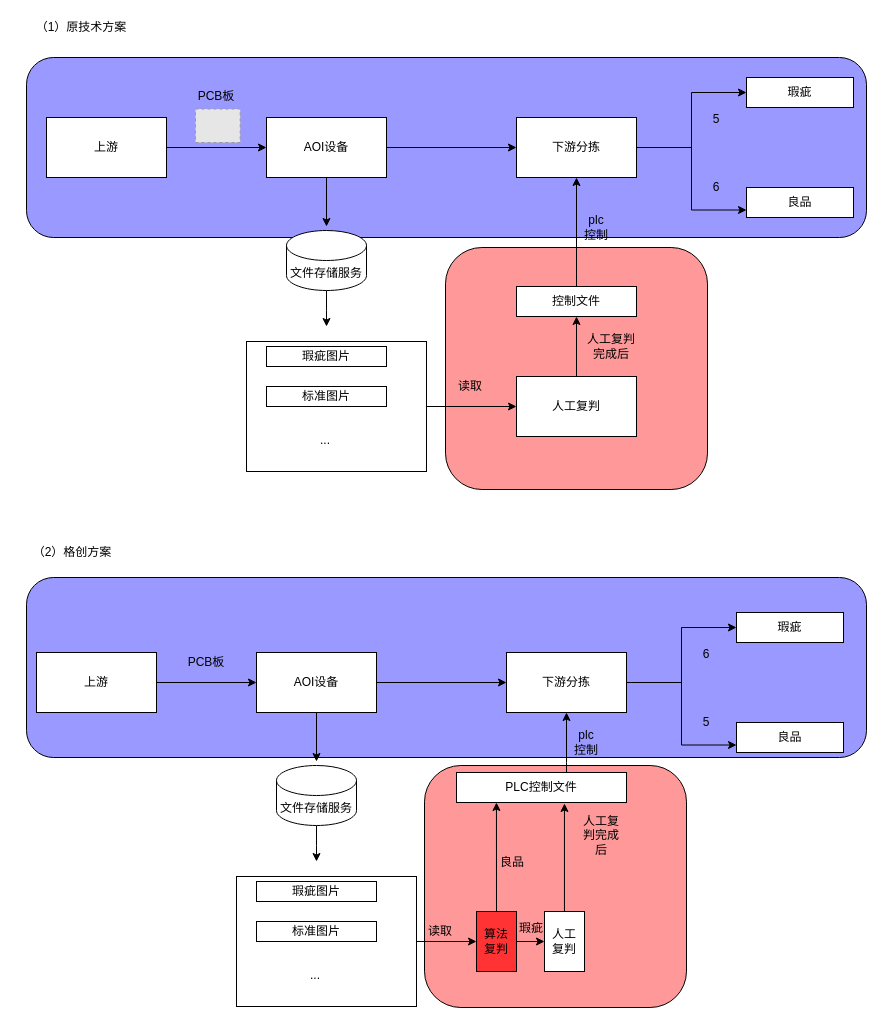
Earlier version of the draw.io diagram page "gree-pregress" (7 of 7) of Untitled Diagram.drawio (zfengli89/aas). Source tidied: cells renumbered, new cells numbered last; positions are measured from the earlier drawing's top-left corner, leaving out a move shared by most shapes. Both pictures are drawn from the tidied source at 100%, with x=0, y=0 at pixel (17, 17). Pictures stored in the file or linked from it are replaced by grey dashed boxes.
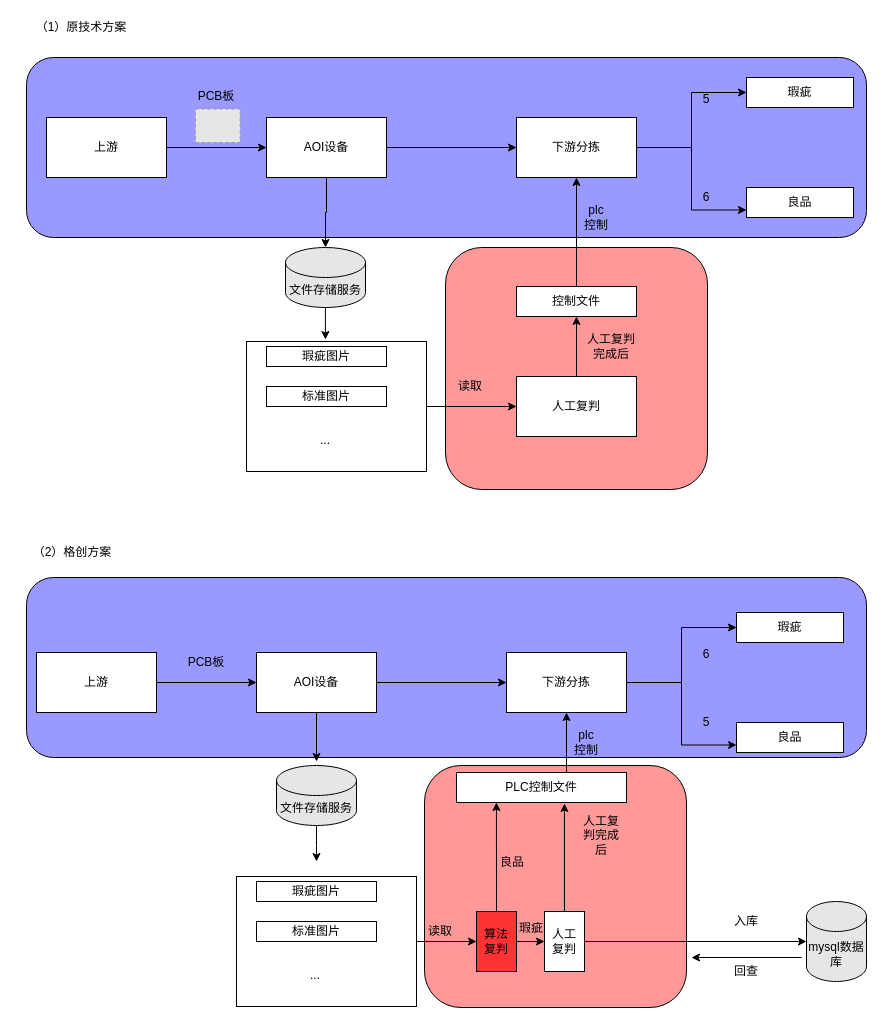
The same diagram, later.

Unchanged cells that the change refers to:
```xml
<mxCell id="10" value="AOI设备" style="rounded=0;whiteSpace=wrap;html=1;" parent="1" vertex="1">
  <mxGeometry x="249" y="100" width="120" height="60" as="geometry" />
</mxCell>
<mxCell id="49" value="人工&lt;br&gt;复判" style="rounded=0;whiteSpace=wrap;html=1;" parent="1" vertex="1">
  <mxGeometry x="527" y="894" width="40" height="60" as="geometry" />
</mxCell>
```

Change to the diagram source:
```diff
@@
-    <mxCell id="9" style="edgeStyle=orthogonalEdgeStyle;rounded=0;jettySize=auto;html=1;" parent="1" edge="1" source="10">
-      <mxGeometry relative="1" as="geometry">
-        <mxPoint x="309" y="209" as="targetPoint" />
-      </mxGeometry>
+    <mxCell id="9" style="edgeStyle=orthogonalEdgeStyle;rounded=0;jettySize=auto;html=1;entryX=0.5;entryY=0;entryDx=0;entryDy=0;entryPerimeter=0;" parent="1" edge="1" source="10" target="19">
+      <mxGeometry relative="1" as="geometry" />
     </mxCell>
@@
-    <mxCell id="18" style="edgeStyle=orthogonalEdgeStyle;rounded=0;jettySize=auto;html=1;" parent="1" edge="1" source="19">
-      <mxGeometry relative="1" as="geometry">
-        <mxPoint x="309" y="309" as="targetPoint" />
-      </mxGeometry>
-    </mxCell>
+    <mxCell id="68" style="edgeStyle=orthogonalEdgeStyle;rounded=0;orthogonalLoop=1;jettySize=auto;html=1;entryX=0.433;entryY=-0.015;entryDx=0;entryDy=0;entryPerimeter=0;" parent="1" edge="1">
+      <mxGeometry relative="1" as="geometry">
+        <mxPoint x="309" y="290" as="sourcePoint" />
+        <mxPoint x="307.9" y="322" as="targetPoint" />
+      </mxGeometry>
+    </mxCell>
-    <mxCell id="19" value="文件存储服务" style="shape=cylinder3;whiteSpace=wrap;html=1;boundedLbl=1;backgroundOutline=1;size=15;" parent="1" vertex="1">
-      <mxGeometry x="269" y="213" width="80" height="60" as="geometry" />
+    <mxCell id="19" value="文件存储服务" style="shape=cylinder3;whiteSpace=wrap;html=1;boundedLbl=1;backgroundOutline=1;size=15;fillColor=#E6E6E6;" parent="1" vertex="1">
+      <mxGeometry x="268" y="230" width="80" height="60" as="geometry" />
     </mxCell>
@@
     <mxCell id="31" value="5" style="text;html=1;strokeColor=none;fillColor=none;align=center;verticalAlign=middle;whiteSpace=wrap;rounded=0;" parent="1" vertex="1">
-      <mxGeometry x="679" y="92" width="40" height="20" as="geometry" />
+      <mxGeometry x="669" y="71.5" width="40" height="20" as="geometry" />
     </mxCell>
     <mxCell id="32" value="6" style="text;html=1;strokeColor=none;fillColor=none;align=center;verticalAlign=middle;whiteSpace=wrap;rounded=0;" parent="1" vertex="1">
-      <mxGeometry x="679" y="160" width="40" height="20" as="geometry" />
+      <mxGeometry x="669" y="170" width="40" height="20" as="geometry" />
     </mxCell>
@@
-    <mxCell id="46" value="文件存储服务" style="shape=cylinder3;whiteSpace=wrap;html=1;boundedLbl=1;backgroundOutline=1;size=15;" parent="1" vertex="1">
+    <mxCell id="46" value="文件存储服务" style="shape=cylinder3;whiteSpace=wrap;html=1;boundedLbl=1;backgroundOutline=1;size=15;fillColor=#E6E6E6;" parent="1" vertex="1">
       <mxGeometry x="259" y="748" width="80" height="60" as="geometry" />
     </mxCell>
@@
+    <mxCell id="69" style="edgeStyle=orthogonalEdgeStyle;rounded=0;jettySize=auto;html=1;entryX=0;entryY=0.5;entryDx=0;entryDy=0;entryPerimeter=0;" parent="1" edge="1" source="49" target="70">
+      <mxGeometry relative="1" as="geometry" />
+    </mxCell>
@@
     <mxCell id="64" value="plc&lt;br&gt;控制" style="text;html=1;strokeColor=none;fillColor=none;align=center;verticalAlign=middle;whiteSpace=wrap;rounded=0;" parent="1" vertex="1">
-      <mxGeometry x="559" y="200" width="40" height="20" as="geometry" />
+      <mxGeometry x="559" y="190" width="40" height="20" as="geometry" />
     </mxCell>
@@
+    <mxCell id="70" value="mysql数据库" style="shape=cylinder3;whiteSpace=wrap;html=1;boundedLbl=1;backgroundOutline=1;size=15;fillColor=#E6E6E6;" parent="1" vertex="1">
+      <mxGeometry x="789" y="884" width="60" height="80" as="geometry" />
+    </mxCell>
+    <mxCell id="71" value="入库" style="text;html=1;strokeColor=none;fillColor=none;align=center;verticalAlign=middle;whiteSpace=wrap;rounded=0;" parent="1" vertex="1">
+      <mxGeometry x="709" y="894" width="40" height="20" as="geometry" />
+    </mxCell>
+    <mxCell id="72" style="endArrow=classic;html=1;" parent="1" edge="1">
+      <mxGeometry relative="1" as="geometry">
+        <mxPoint x="784" y="940" as="sourcePoint" />
+        <mxPoint x="674" y="940" as="targetPoint" />
+      </mxGeometry>
+    </mxCell>
+    <mxCell id="73" value="回查" style="text;html=1;strokeColor=none;fillColor=none;align=center;verticalAlign=middle;whiteSpace=wrap;rounded=0;" parent="1" vertex="1">
+      <mxGeometry x="709" y="944" width="40" height="20" as="geometry" />
+    </mxCell>
```
